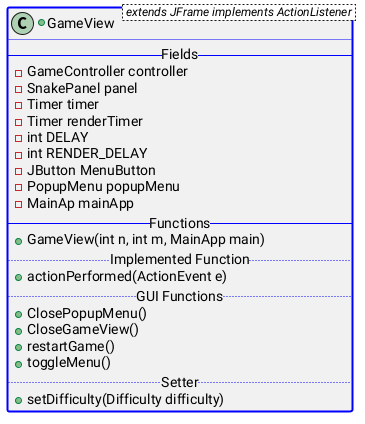
Above: src/main/ClassDiagram/ViewDiagram.png in CamerJunker/Snake (PlantUML), before the change. The source it was exported from:
```plantuml
@startuml
+class GameView < extends JFrame implements ActionListener > ##[bold]blue {
    -- Fields --
    -GameController controller
    -SnakePanel panel
    -Timer timer
    -Timer renderTimer
    -int DELAY
    -int RENDER_DELAY
    -JButton MenuButton
    -PopupMenu popupMenu
    -MainAp mainApp
    -- Functions --
    +GameView(int n, int m, MainApp main)
    ..Implemented Function..
    +actionPerformed(ActionEvent e)
    .. GUI Functions ..
    +ClosePopupMenu()
    +CloseGameView()
    +restartGame()
    +toggleMenu()
    .. Setter ..
    +setDifficulty(Difficulty difficulty)
}
@enduml
```
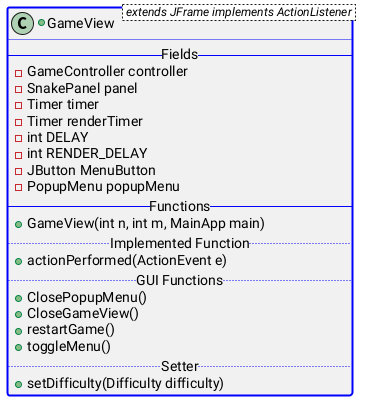
After the change.

Commit message:
Main, View og Popup Diagrammer er ordnet.

Change to the diagram source:
```diff
@@ -9,7 +9,6 @@
     -int RENDER_DELAY
     -JButton MenuButton
     -PopupMenu popupMenu
-    -MainAp mainApp
     -- Functions --
     +GameView(int n, int m, MainApp main)
     ..Implemented Function..
```
